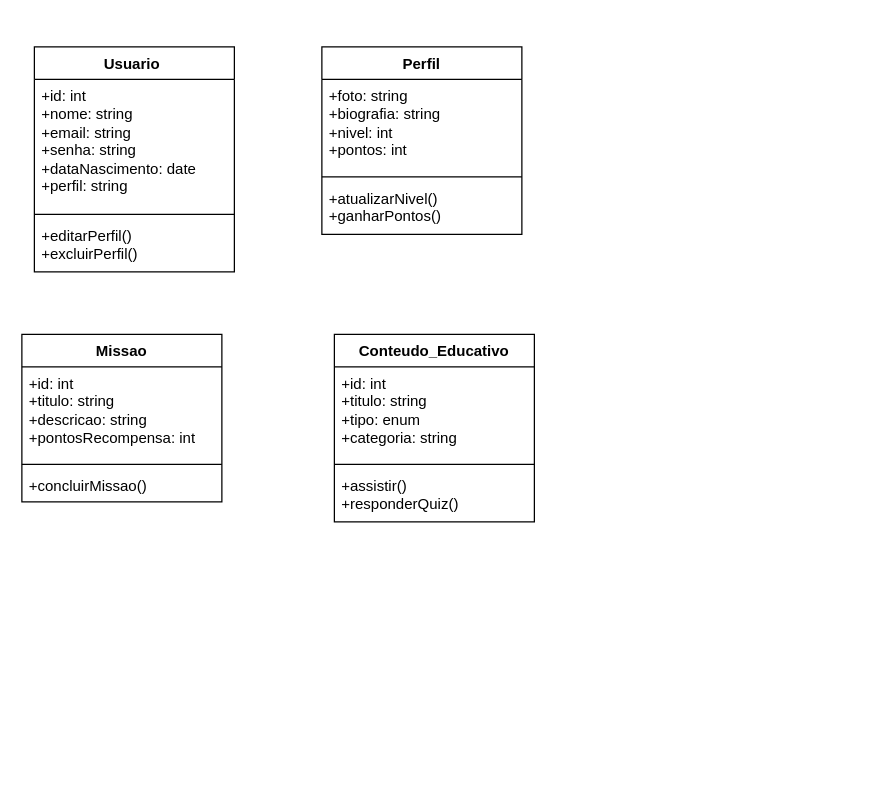
Before: eco.drawio in Brandaoc/eco, a draw.io diagram. Source tidied: cells renumbered, new cells numbered last; positions are measured from the earlier drawing's top-left corner, leaving out a move shared by most shapes. Both pictures are drawn from the tidied source at 125%, with x=0, y=0 at pixel (21, 46).
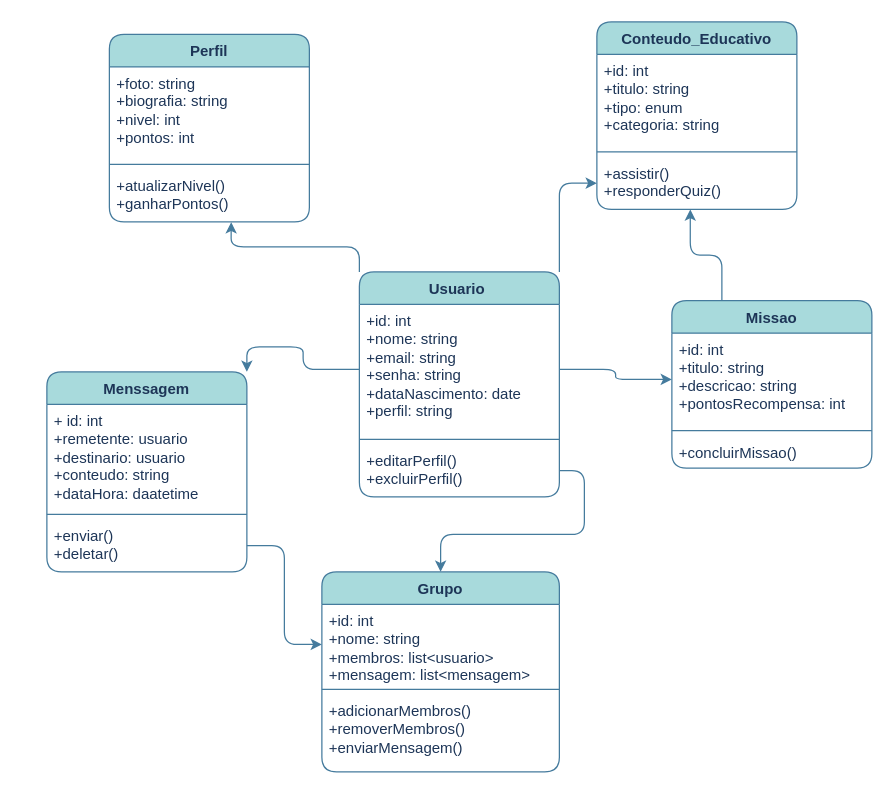
The same page after the edit.

What changed in the source:
```diff
@@
+    <mxCell id="18" style="edgeStyle=orthogonalEdgeStyle;rounded=1;jettySize=auto;html=1;exitX=0;exitY=0;exitDx=0;exitDy=0;entryX=0.609;entryY=1.005;entryDx=0;entryDy=0;entryPerimeter=0;labelBackgroundColor=none;strokeColor=#457B9D;fontColor=default;" parent="1" edge="1" source="2" target="9">
+      <mxGeometry relative="1" as="geometry" />
+    </mxCell>
+    <mxCell id="19" style="edgeStyle=orthogonalEdgeStyle;rounded=1;jettySize=auto;html=1;exitX=1;exitY=0;exitDx=0;exitDy=0;entryX=0;entryY=0.5;entryDx=0;entryDy=0;labelBackgroundColor=none;strokeColor=#457B9D;fontColor=default;" parent="1" edge="1" source="2" target="17">
+      <mxGeometry relative="1" as="geometry" />
+    </mxCell>
-    <mxCell id="2" value="Usuario&amp;nbsp;" style="swimlane;fontStyle=1;align=center;verticalAlign=top;horizontal=1;startSize=26;whiteSpace=wrap;html=1;" parent="1" vertex="1">
-      <mxGeometry x="10" width="160" height="180" as="geometry" />
+    <mxCell id="2" value="Usuario&amp;nbsp;" style="swimlane;fontStyle=1;align=center;verticalAlign=top;horizontal=1;startSize=26;whiteSpace=wrap;html=1;rounded=1;labelBackgroundColor=none;fillColor=#A8DADC;strokeColor=#457B9D;fontColor=#1D3557;" parent="1" vertex="1">
+      <mxGeometry x="270" y="180" width="160" height="180" as="geometry" />
     </mxCell>
-    <mxCell id="3" value="+id: int&lt;div&gt;+nome: string&lt;/div&gt;&lt;div&gt;+email: string&lt;/div&gt;&lt;div&gt;+senha: string&lt;/div&gt;&lt;div&gt;+dataNascimento: date&lt;/div&gt;&lt;div&gt;+perfil: string&lt;/div&gt;" style="text;strokeColor=none;fillColor=none;align=left;verticalAlign=top;spacingLeft=4;spacingRight=4;overflow=hidden;points=[[0,0.5],[1,0.5]];portConstraint=eastwest;whiteSpace=wrap;html=1;" parent="2" vertex="1">
+    <mxCell id="3" value="+id: int&lt;div&gt;+nome: string&lt;/div&gt;&lt;div&gt;+email: string&lt;/div&gt;&lt;div&gt;+senha: string&lt;/div&gt;&lt;div&gt;+dataNascimento: date&lt;/div&gt;&lt;div&gt;+perfil: string&lt;/div&gt;" style="text;strokeColor=none;fillColor=none;align=left;verticalAlign=top;spacingLeft=4;spacingRight=4;overflow=hidden;points=[[0,0.5],[1,0.5]];portConstraint=eastwest;whiteSpace=wrap;html=1;rounded=1;labelBackgroundColor=none;fontColor=#1D3557;" parent="2" vertex="1">
       <mxGeometry y="26" width="160" height="104" as="geometry" />
     </mxCell>
-    <mxCell id="4" style="line;strokeWidth=1;fillColor=none;align=left;verticalAlign=middle;spacingTop=-1;spacingLeft=3;spacingRight=3;labelPosition=right;strokeColor=inherit;" parent="2" vertex="1">
+    <mxCell id="4" style="line;strokeWidth=1;fillColor=none;align=left;verticalAlign=middle;spacingTop=-1;spacingLeft=3;spacingRight=3;labelPosition=right;strokeColor=#457B9D;rounded=1;labelBackgroundColor=none;fontColor=#1D3557;" parent="2" vertex="1">
       <mxGeometry y="130" width="160" height="8" as="geometry" />
     </mxCell>
-    <mxCell id="5" value="+editarPerfil()&lt;div&gt;+excluirPerfil()&lt;/div&gt;" style="text;strokeColor=none;fillColor=none;align=left;verticalAlign=top;spacingLeft=4;spacingRight=4;overflow=hidden;points=[[0,0.5],[1,0.5]];portConstraint=eastwest;whiteSpace=wrap;html=1;" parent="2" vertex="1">
+    <mxCell id="5" value="+editarPerfil()&lt;div&gt;+excluirPerfil()&lt;/div&gt;" style="text;strokeColor=none;fillColor=none;align=left;verticalAlign=top;spacingLeft=4;spacingRight=4;overflow=hidden;points=[[0,0.5],[1,0.5]];portConstraint=eastwest;whiteSpace=wrap;html=1;rounded=1;labelBackgroundColor=none;fontColor=#1D3557;" parent="2" vertex="1">
       <mxGeometry y="138" width="160" height="42" as="geometry" />
     </mxCell>
-    <mxCell id="6" value="Perfil" style="swimlane;fontStyle=1;align=center;verticalAlign=top;horizontal=1;startSize=26;whiteSpace=wrap;html=1;" parent="1" vertex="1">
-      <mxGeometry x="240" width="160" height="150" as="geometry" />
+    <mxCell id="6" value="Perfil" style="swimlane;fontStyle=1;align=center;verticalAlign=top;horizontal=1;startSize=26;whiteSpace=wrap;html=1;rounded=1;labelBackgroundColor=none;fillColor=#A8DADC;strokeColor=#457B9D;fontColor=#1D3557;" parent="1" vertex="1">
+      <mxGeometry x="70" y="-10" width="160" height="150" as="geometry" />
     </mxCell>
-    <mxCell id="7" value="+foto: string&lt;div&gt;+biografia: string&lt;/div&gt;&lt;div&gt;+nivel: int&lt;/div&gt;&lt;div&gt;+pontos: int&lt;/div&gt;&lt;div&gt;&lt;br&gt;&lt;/div&gt;" style="text;strokeColor=none;fillColor=none;align=left;verticalAlign=top;spacingLeft=4;spacingRight=4;overflow=hidden;whiteSpace=wrap;html=1;" parent="6" vertex="1">
+    <mxCell id="7" value="+foto: string&lt;div&gt;+biografia: string&lt;/div&gt;&lt;div&gt;+nivel: int&lt;/div&gt;&lt;div&gt;+pontos: int&lt;/div&gt;&lt;div&gt;&lt;br&gt;&lt;/div&gt;" style="text;strokeColor=none;fillColor=none;align=left;verticalAlign=top;spacingLeft=4;spacingRight=4;overflow=hidden;whiteSpace=wrap;html=1;rounded=1;labelBackgroundColor=none;fontColor=#1D3557;" parent="6" vertex="1">
       <mxGeometry y="26" width="160" height="74" as="geometry" />
     </mxCell>
-    <mxCell id="8" style="line;strokeWidth=1;fillColor=none;align=left;verticalAlign=middle;spacingTop=-1;spacingLeft=3;spacingRight=3;labelPosition=right;strokeColor=inherit;" parent="6" vertex="1">
+    <mxCell id="8" style="line;strokeWidth=1;fillColor=none;align=left;verticalAlign=middle;spacingTop=-1;spacingLeft=3;spacingRight=3;labelPosition=right;strokeColor=#457B9D;rounded=1;labelBackgroundColor=none;fontColor=#1D3557;" parent="6" vertex="1">
       <mxGeometry y="100" width="160" height="8" as="geometry" />
     </mxCell>
-    <mxCell id="9" value="+atualizarNivel()&lt;div&gt;+ganharPontos()&lt;/div&gt;" style="text;strokeColor=none;fillColor=none;align=left;verticalAlign=top;spacingLeft=4;spacingRight=4;overflow=hidden;points=[[0,0.5],[1,0.5]];portConstraint=eastwest;whiteSpace=wrap;html=1;" parent="6" vertex="1">
+    <mxCell id="9" value="+atualizarNivel()&lt;div&gt;+ganharPontos()&lt;/div&gt;" style="text;strokeColor=none;fillColor=none;align=left;verticalAlign=top;spacingLeft=4;spacingRight=4;overflow=hidden;points=[[0,0.5],[1,0.5]];portConstraint=eastwest;whiteSpace=wrap;html=1;rounded=1;labelBackgroundColor=none;fontColor=#1D3557;" parent="6" vertex="1">
       <mxGeometry y="108" width="160" height="42" as="geometry" />
     </mxCell>
+    <mxCell id="20" style="edgeStyle=orthogonalEdgeStyle;rounded=1;jettySize=auto;html=1;exitX=0.25;exitY=0;exitDx=0;exitDy=0;entryX=0.467;entryY=1.001;entryDx=0;entryDy=0;entryPerimeter=0;labelBackgroundColor=none;strokeColor=#457B9D;fontColor=default;" parent="1" edge="1" source="10" target="17">
+      <mxGeometry relative="1" as="geometry" />
+    </mxCell>
-    <mxCell id="10" value="Missao" style="swimlane;fontStyle=1;align=center;verticalAlign=top;horizontal=1;startSize=26;whiteSpace=wrap;html=1;" parent="1" vertex="1">
-      <mxGeometry y="230" width="160" height="134" as="geometry" />
+    <mxCell id="10" value="Missao" style="swimlane;fontStyle=1;align=center;verticalAlign=top;horizontal=1;startSize=26;whiteSpace=wrap;html=1;rounded=1;labelBackgroundColor=none;fillColor=#A8DADC;strokeColor=#457B9D;fontColor=#1D3557;" parent="1" vertex="1">
+      <mxGeometry x="520" y="203" width="160" height="134" as="geometry" />
     </mxCell>
-    <mxCell id="11" value="+id: int&lt;div&gt;+titulo: string&lt;/div&gt;&lt;div&gt;+descricao: string&lt;/div&gt;&lt;div&gt;+pontosRecompensa: int&lt;/div&gt;&lt;div&gt;&lt;br&gt;&lt;/div&gt;" style="text;strokeColor=none;fillColor=none;align=left;verticalAlign=top;spacingLeft=4;spacingRight=4;overflow=hidden;points=[[0,0.5],[1,0.5]];portConstraint=eastwest;whiteSpace=wrap;html=1;" parent="10" vertex="1">
+    <mxCell id="11" value="+id: int&lt;div&gt;+titulo: string&lt;/div&gt;&lt;div&gt;+descricao: string&lt;/div&gt;&lt;div&gt;+pontosRecompensa: int&lt;/div&gt;&lt;div&gt;&lt;br&gt;&lt;/div&gt;" style="text;strokeColor=none;fillColor=none;align=left;verticalAlign=top;spacingLeft=4;spacingRight=4;overflow=hidden;points=[[0,0.5],[1,0.5]];portConstraint=eastwest;whiteSpace=wrap;html=1;rounded=1;labelBackgroundColor=none;fontColor=#1D3557;" parent="10" vertex="1">
       <mxGeometry y="26" width="160" height="74" as="geometry" />
     </mxCell>
-    <mxCell id="12" style="line;strokeWidth=1;fillColor=none;align=left;verticalAlign=middle;spacingTop=-1;spacingLeft=3;spacingRight=3;labelPosition=right;strokeColor=inherit;" parent="10" vertex="1">
+    <mxCell id="12" style="line;strokeWidth=1;fillColor=none;align=left;verticalAlign=middle;spacingTop=-1;spacingLeft=3;spacingRight=3;labelPosition=right;strokeColor=#457B9D;rounded=1;labelBackgroundColor=none;fontColor=#1D3557;" parent="10" vertex="1">
       <mxGeometry y="100" width="160" height="8" as="geometry" />
     </mxCell>
-    <mxCell id="13" value="+concluirMissao()" style="text;strokeColor=none;fillColor=none;align=left;verticalAlign=top;spacingLeft=4;spacingRight=4;overflow=hidden;whiteSpace=wrap;html=1;" parent="10" vertex="1">
+    <mxCell id="13" value="+concluirMissao()" style="text;strokeColor=none;fillColor=none;align=left;verticalAlign=top;spacingLeft=4;spacingRight=4;overflow=hidden;whiteSpace=wrap;html=1;rounded=1;labelBackgroundColor=none;fontColor=#1D3557;" parent="10" vertex="1">
       <mxGeometry y="108" width="160" height="26" as="geometry" />
     </mxCell>
-    <mxCell id="14" value="Conteudo_Educativo" style="swimlane;fontStyle=1;align=center;verticalAlign=top;horizontal=1;startSize=26;whiteSpace=wrap;html=1;" parent="1" vertex="1">
-      <mxGeometry x="250" y="230" width="160" height="150" as="geometry" />
+    <mxCell id="14" value="Conteudo_Educativo" style="swimlane;fontStyle=1;align=center;verticalAlign=top;horizontal=1;startSize=26;whiteSpace=wrap;html=1;rounded=1;labelBackgroundColor=none;fillColor=#A8DADC;strokeColor=#457B9D;fontColor=#1D3557;" parent="1" vertex="1">
+      <mxGeometry x="460" y="-20" width="160" height="150" as="geometry" />
     </mxCell>
-    <mxCell id="15" value="+id: int&lt;div&gt;+titulo: string&lt;/div&gt;&lt;div&gt;+tipo: enum&lt;/div&gt;&lt;div&gt;+categoria: string&lt;/div&gt;&lt;div&gt;&lt;br&gt;&lt;/div&gt;" style="text;strokeColor=none;fillColor=none;align=left;verticalAlign=top;spacingLeft=4;spacingRight=4;overflow=hidden;whiteSpace=wrap;html=1;" parent="14" vertex="1">
+    <mxCell id="15" value="+id: int&lt;div&gt;+titulo: string&lt;/div&gt;&lt;div&gt;+tipo: enum&lt;/div&gt;&lt;div&gt;+categoria: string&lt;/div&gt;&lt;div&gt;&lt;br&gt;&lt;/div&gt;" style="text;strokeColor=none;fillColor=none;align=left;verticalAlign=top;spacingLeft=4;spacingRight=4;overflow=hidden;whiteSpace=wrap;html=1;rounded=1;labelBackgroundColor=none;fontColor=#1D3557;" parent="14" vertex="1">
       <mxGeometry y="26" width="160" height="74" as="geometry" />
     </mxCell>
-    <mxCell id="16" style="line;strokeWidth=1;fillColor=none;align=left;verticalAlign=middle;spacingTop=-1;spacingLeft=3;spacingRight=3;labelPosition=right;strokeColor=inherit;" parent="14" vertex="1">
+    <mxCell id="16" style="line;strokeWidth=1;fillColor=none;align=left;verticalAlign=middle;spacingTop=-1;spacingLeft=3;spacingRight=3;labelPosition=right;strokeColor=#457B9D;rounded=1;labelBackgroundColor=none;fontColor=#1D3557;" parent="14" vertex="1">
       <mxGeometry y="100" width="160" height="8" as="geometry" />
     </mxCell>
-    <mxCell id="17" value="+assistir()&lt;div&gt;+responderQuiz()&lt;/div&gt;" style="text;strokeColor=none;fillColor=none;align=left;verticalAlign=top;spacingLeft=4;spacingRight=4;overflow=hidden;points=[[0,0.5],[1,0.5]];portConstraint=eastwest;whiteSpace=wrap;html=1;" parent="14" vertex="1">
+    <mxCell id="17" value="+assistir()&lt;div&gt;+responderQuiz()&lt;/div&gt;" style="text;strokeColor=none;fillColor=none;align=left;verticalAlign=top;spacingLeft=4;spacingRight=4;overflow=hidden;points=[[0,0.5],[1,0.5]];portConstraint=eastwest;whiteSpace=wrap;html=1;rounded=1;labelBackgroundColor=none;fontColor=#1D3557;" parent="14" vertex="1">
       <mxGeometry y="108" width="160" height="42" as="geometry" />
     </mxCell>
+    <mxCell id="21" value="Menssagem" style="swimlane;fontStyle=1;align=center;verticalAlign=top;horizontal=1;startSize=26;whiteSpace=wrap;html=1;rounded=1;labelBackgroundColor=none;fillColor=#A8DADC;strokeColor=#457B9D;fontColor=#1D3557;" parent="1" vertex="1">
+      <mxGeometry x="20" y="260" width="160" height="160" as="geometry" />
+    </mxCell>
+    <mxCell id="22" value="+ id: int&lt;div&gt;+remetente: usuario&lt;/div&gt;&lt;div&gt;+destinario: usuario&lt;/div&gt;&lt;div&gt;+conteudo: string&lt;/div&gt;&lt;div&gt;+dataHora: daatetime&lt;/div&gt;" style="text;strokeColor=none;fillColor=none;align=left;verticalAlign=top;spacingLeft=4;spacingRight=4;overflow=hidden;whiteSpace=wrap;html=1;rounded=1;labelBackgroundColor=none;fontColor=#1D3557;" parent="21" vertex="1">
+      <mxGeometry y="26" width="160" height="84" as="geometry" />
+    </mxCell>
+    <mxCell id="23" style="line;strokeWidth=1;fillColor=none;align=left;verticalAlign=middle;spacingTop=-1;spacingLeft=3;spacingRight=3;labelPosition=right;strokeColor=#457B9D;rounded=1;labelBackgroundColor=none;fontColor=#1D3557;" parent="21" vertex="1">
+      <mxGeometry y="110" width="160" height="8" as="geometry" />
+    </mxCell>
+    <mxCell id="24" value="+enviar()&lt;div&gt;+deletar()&lt;/div&gt;" style="text;strokeColor=none;fillColor=none;align=left;verticalAlign=top;spacingLeft=4;spacingRight=4;overflow=hidden;points=[[0,0.5],[1,0.5]];portConstraint=eastwest;whiteSpace=wrap;html=1;rounded=1;labelBackgroundColor=none;fontColor=#1D3557;" parent="21" vertex="1">
+      <mxGeometry y="118" width="160" height="42" as="geometry" />
+    </mxCell>
+    <mxCell id="25" value="Grupo" style="swimlane;fontStyle=1;align=center;verticalAlign=top;horizontal=1;startSize=26;whiteSpace=wrap;html=1;rounded=1;labelBackgroundColor=none;fillColor=#A8DADC;strokeColor=#457B9D;fontColor=#1D3557;" parent="1" vertex="1">
+      <mxGeometry x="240" y="420" width="190" height="160" as="geometry" />
+    </mxCell>
+    <mxCell id="26" value="+id: int&lt;div&gt;+nome: string&lt;/div&gt;&lt;div&gt;+membros: list&amp;lt;usuario&amp;gt;&lt;/div&gt;&lt;div&gt;+mensagem: list&amp;lt;mensagem&amp;gt;&lt;/div&gt;&lt;div&gt;&lt;br&gt;&lt;/div&gt;" style="text;strokeColor=none;fillColor=none;align=left;verticalAlign=top;spacingLeft=4;spacingRight=4;overflow=hidden;points=[[0,0.5],[1,0.5]];portConstraint=eastwest;whiteSpace=wrap;html=1;rounded=1;labelBackgroundColor=none;fontColor=#1D3557;" parent="25" vertex="1">
+      <mxGeometry y="26" width="190" height="64" as="geometry" />
+    </mxCell>
+    <mxCell id="27" style="line;strokeWidth=1;fillColor=none;align=left;verticalAlign=middle;spacingTop=-1;spacingLeft=3;spacingRight=3;labelPosition=right;strokeColor=#457B9D;rounded=1;labelBackgroundColor=none;fontColor=#1D3557;" parent="25" vertex="1">
+      <mxGeometry y="90" width="190" height="8" as="geometry" />
+    </mxCell>
+    <mxCell id="28" value="+adicionarMembros()&lt;div&gt;+removerMembros()&lt;/div&gt;&lt;div&gt;+enviarMensagem()&lt;/div&gt;" style="text;strokeColor=none;fillColor=none;align=left;verticalAlign=top;spacingLeft=4;spacingRight=4;overflow=hidden;whiteSpace=wrap;html=1;rounded=1;labelBackgroundColor=none;fontColor=#1D3557;" parent="25" vertex="1">
+      <mxGeometry y="98" width="190" height="62" as="geometry" />
+    </mxCell>
+    <mxCell id="29" style="edgeStyle=orthogonalEdgeStyle;rounded=1;jettySize=auto;html=1;exitX=1;exitY=0.5;exitDx=0;exitDy=0;entryX=0;entryY=0.5;entryDx=0;entryDy=0;labelBackgroundColor=none;strokeColor=#457B9D;fontColor=default;" parent="1" edge="1" source="24" target="26">
+      <mxGeometry relative="1" as="geometry" />
+    </mxCell>
+    <mxCell id="30" style="edgeStyle=orthogonalEdgeStyle;rounded=1;jettySize=auto;html=1;exitX=0;exitY=0.5;exitDx=0;exitDy=0;entryX=1;entryY=0;entryDx=0;entryDy=0;labelBackgroundColor=none;strokeColor=#457B9D;fontColor=default;" parent="1" edge="1" source="3" target="21">
+      <mxGeometry relative="1" as="geometry" />
+    </mxCell>
+    <mxCell id="31" style="edgeStyle=orthogonalEdgeStyle;rounded=1;jettySize=auto;html=1;exitX=1;exitY=0.5;exitDx=0;exitDy=0;entryX=0.5;entryY=0;entryDx=0;entryDy=0;labelBackgroundColor=none;strokeColor=#457B9D;fontColor=default;" parent="1" edge="1" source="5" target="25">
+      <mxGeometry relative="1" as="geometry" />
+    </mxCell>
+    <mxCell id="32" style="edgeStyle=orthogonalEdgeStyle;rounded=1;jettySize=auto;html=1;exitX=1;exitY=0.5;exitDx=0;exitDy=0;entryX=0;entryY=0.5;entryDx=0;entryDy=0;labelBackgroundColor=none;strokeColor=#457B9D;fontColor=default;" parent="1" edge="1" source="3" target="11">
+      <mxGeometry relative="1" as="geometry" />
+    </mxCell>
```
